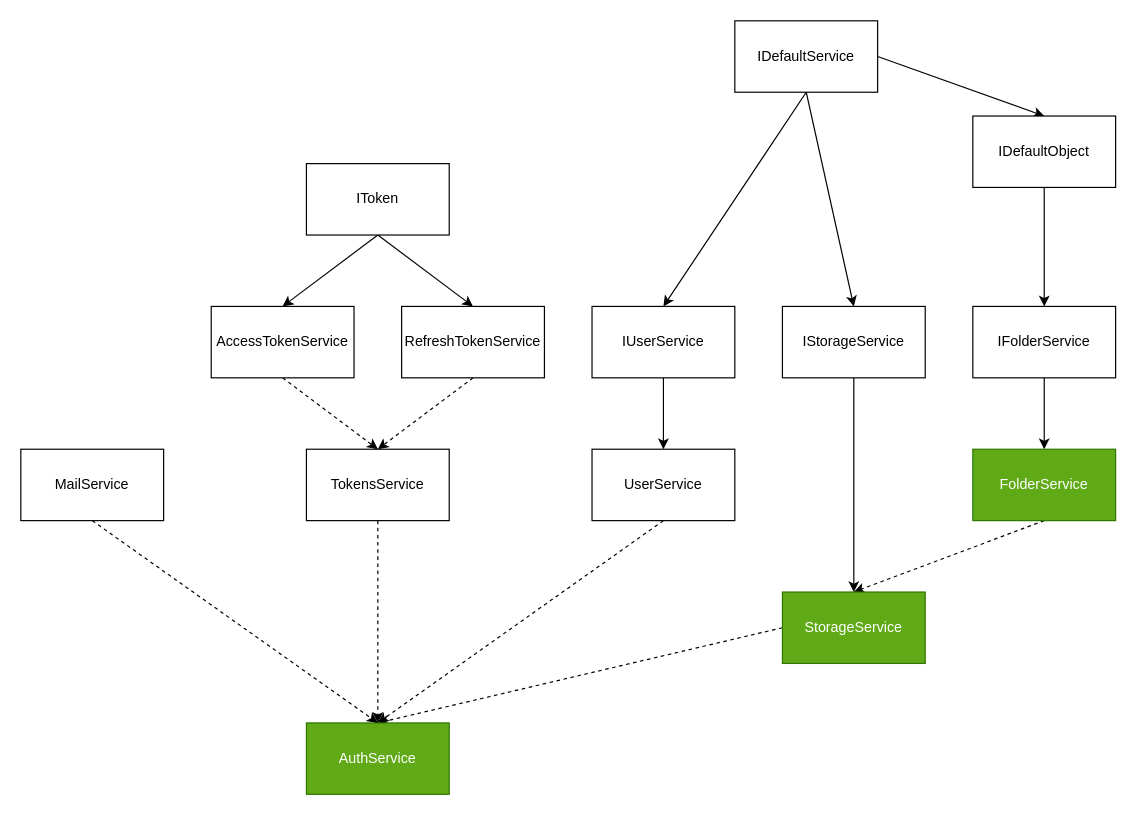
WheatleyCODE/storage-server keeps this draw.io diagram as page "Схема" (3 of 3) of project.drawio. Above is the earlier version. Source tidied: cells renumbered, new cells numbered last; positions are measured from the earlier drawing's top-left corner, leaving out a move shared by most shapes. Both pictures are drawn from the tidied source at 119%, with x=0, y=0 at pixel (20, 20).
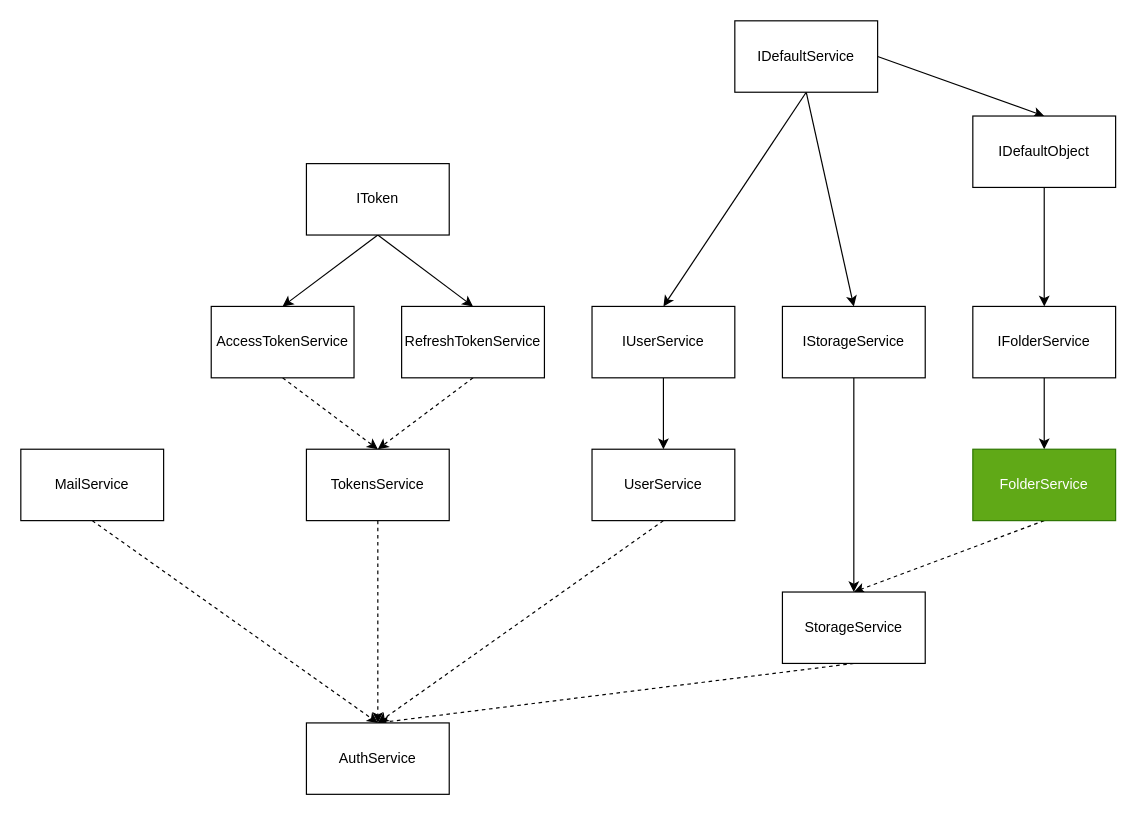
Above is the later version.

Change to the diagram source:
```diff
@@
-    <mxCell id="25" style="edgeStyle=none;html=1;exitX=0;exitY=0.5;exitDx=0;exitDy=0;entryX=0.5;entryY=0;entryDx=0;entryDy=0;dashed=1;" parent="1" edge="1" source="26" target="29">
+    <mxCell id="25" style="edgeStyle=none;html=1;exitX=0.5;exitY=1;exitDx=0;exitDy=0;entryX=0.5;entryY=0;entryDx=0;entryDy=0;dashed=1;" parent="1" edge="1" source="26" target="29">
       <mxGeometry relative="1" as="geometry" />
     </mxCell>
-    <mxCell id="26" value="StorageService" style="rounded=0;whiteSpace=wrap;html=1;fillColor=#60a917;fontColor=#ffffff;strokeColor=#2D7600;" parent="1" vertex="1">
+    <mxCell id="26" value="StorageService" style="rounded=0;whiteSpace=wrap;html=1;" parent="1" vertex="1">
       <mxGeometry x="640" y="480" width="120" height="60" as="geometry" />
     </mxCell>
@@
-    <mxCell id="29" value="AuthService" style="rounded=0;whiteSpace=wrap;html=1;fillColor=#60a917;fontColor=#ffffff;strokeColor=#2D7600;" parent="1" vertex="1">
+    <mxCell id="29" value="AuthService" style="rounded=0;whiteSpace=wrap;html=1;" parent="1" vertex="1">
       <mxGeometry x="240" y="590" width="120" height="60" as="geometry" />
     </mxCell>
```
